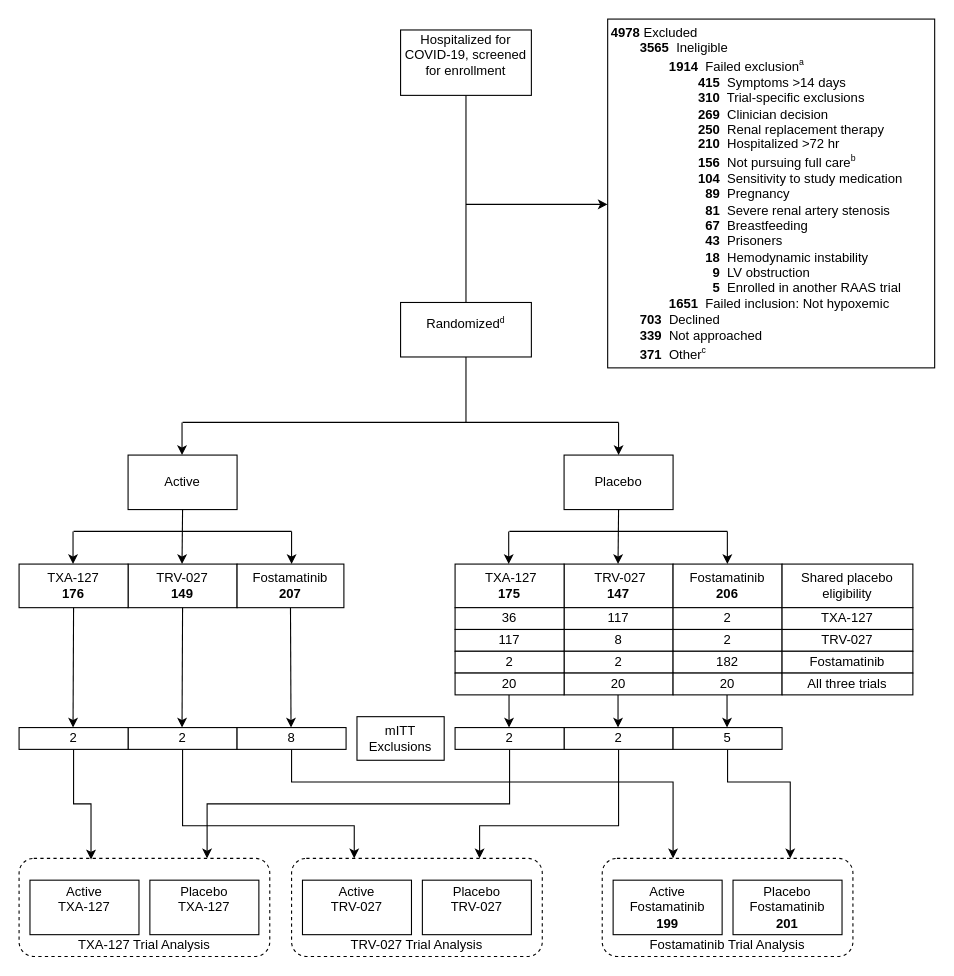
This is Combined A4HT-CONSORT.drawio from jjdeclercq/VUMisC, a draw.io file, before an edit. Source tidied: cells renumbered, new cells numbered last; positions are measured from the earlier drawing's top-left corner, leaving out a move shared by most shapes. Both pictures are drawn from the tidied source at 109%, with x=0, y=0 at pixel (19, 19).
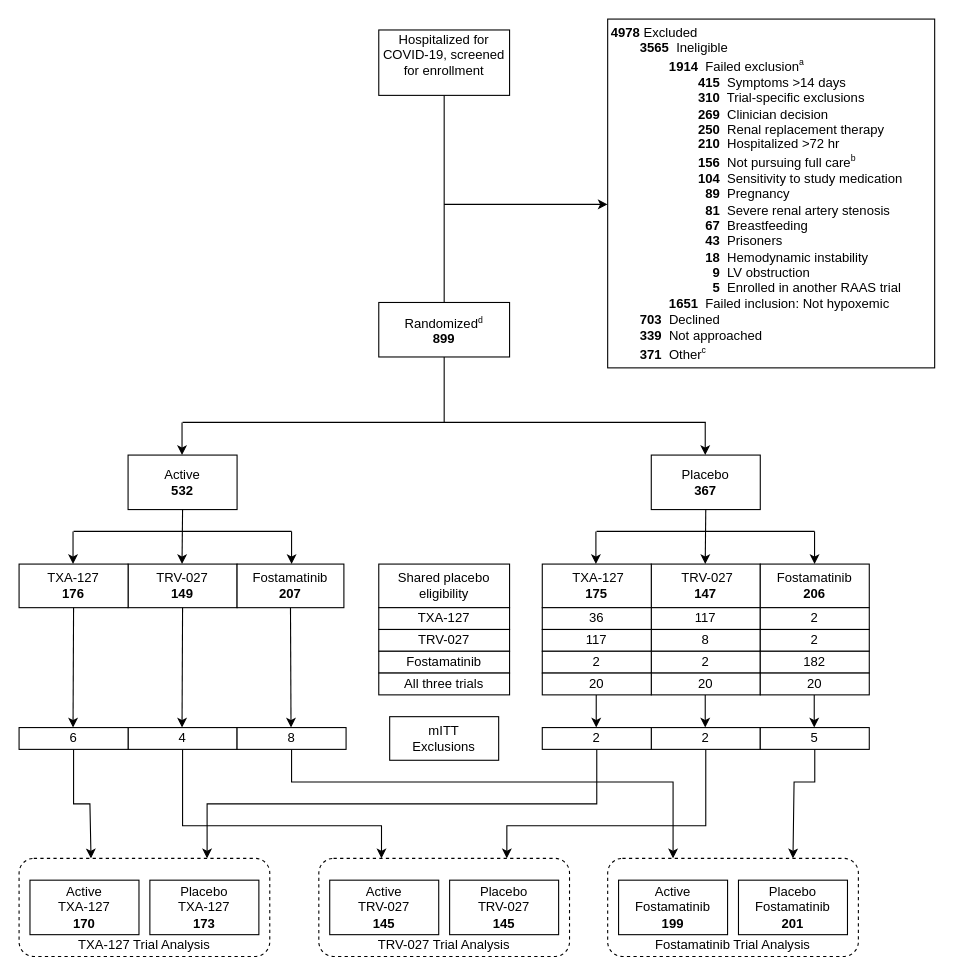
The same page after the edit.

Unchanged cells that the change refers to:
```xml
<mxCell id="16" style="rounded=1;whiteSpace=wrap;html=1;dashed=1;" parent="1" vertex="1">
  <mxGeometry y="770" width="230" height="90" as="geometry" />
</mxCell>
```

The edit, as a diff of the source:
```diff
@@
     <mxCell id="2" value="Hospitalized for COVID-19, screened for enrollment&lt;div&gt;&lt;br/&gt;&lt;/div&gt;" style="rounded=0;whiteSpace=wrap;html=1;" parent="1" vertex="1">
-      <mxGeometry x="350" y="10" width="120" height="60" as="geometry" />
+      <mxGeometry x="330" y="10" width="120" height="60" as="geometry" />
     </mxCell>
@@
-    <mxCell id="5" value="Randomized&lt;sup style=&quot;&quot;&gt;&lt;font style=&quot;font-size: 8px;&quot;&gt;d&lt;/font&gt;&lt;/sup&gt;&lt;div&gt;&lt;br/&gt;&lt;/div&gt;" style="rounded=0;whiteSpace=wrap;html=1;" parent="1" vertex="1">
-      <mxGeometry x="350" y="260" width="120" height="50" as="geometry" />
+    <mxCell id="5" value="Randomized&lt;sup style=&quot;&quot;&gt;&lt;font style=&quot;font-size: 8px;&quot;&gt;d&lt;/font&gt;&lt;/sup&gt;&lt;div&gt;&lt;b&gt;899&lt;/b&gt;&lt;/div&gt;" style="rounded=0;whiteSpace=wrap;html=1;" parent="1" vertex="1">
+      <mxGeometry x="330" y="260" width="120" height="50" as="geometry" />
     </mxCell>
     <mxCell id="6" style="endArrow=none;html=1;rounded=0;entryX=0.5;entryY=1;entryDx=0;entryDy=0;" parent="1" edge="1" target="5">
       <mxGeometry relative="1" as="geometry">
-        <mxPoint x="410" y="370" as="sourcePoint" />
+        <mxPoint x="390" y="370" as="sourcePoint" />
       </mxGeometry>
     </mxCell>
@@
     <mxCell id="9" style="endArrow=classic;html=1;rounded=0;" parent="1" edge="1">
       <mxGeometry relative="1" as="geometry">
-        <mxPoint x="410" y="170" as="sourcePoint" />
+        <mxPoint x="390" y="170" as="sourcePoint" />
         <mxPoint x="540" y="170" as="targetPoint" />
         <Array as="points">
           <mxPoint x="480" y="170" />
           <mxPoint x="520" y="170" />
         </Array>
       </mxGeometry>
     </mxCell>
     <mxCell id="10" value="&amp;nbsp;TRV-027&lt;div&gt;&lt;b&gt;147&lt;/b&gt;&lt;/div&gt;" style="rounded=0;whiteSpace=wrap;html=1;" parent="1" vertex="1">
-      <mxGeometry x="500" y="500" width="100" height="40" as="geometry" />
+      <mxGeometry x="580" y="500" width="100" height="40" as="geometry" />
     </mxCell>
     <mxCell id="11" value="&amp;nbsp;TXA-127&lt;div&gt;&lt;b&gt;175&lt;/b&gt;&lt;/div&gt;" style="rounded=0;whiteSpace=wrap;html=1;" parent="1" vertex="1">
-      <mxGeometry x="400" y="500" width="100" height="40" as="geometry" />
+      <mxGeometry x="480" y="500" width="100" height="40" as="geometry" />
     </mxCell>
     <mxCell id="12" value="Fostamatinib&lt;div&gt;&lt;b&gt;206&lt;/b&gt;&lt;/div&gt;" style="rounded=0;whiteSpace=wrap;html=1;" parent="1" vertex="1">
-      <mxGeometry x="600" y="500" width="100" height="40" as="geometry" />
+      <mxGeometry x="680" y="500" width="100" height="40" as="geometry" />
     </mxCell>
     <mxCell id="13" style="endArrow=none;html=1;rounded=0;" parent="1" edge="1">
       <mxGeometry relative="1" as="geometry">
         <mxPoint x="150" y="370" as="sourcePoint" />
-        <mxPoint x="550" y="370" as="targetPoint" />
+        <mxPoint x="630" y="370" as="targetPoint" />
       </mxGeometry>
     </mxCell>
@@
     <mxCell id="15" style="endArrow=classic;html=1;rounded=0;" parent="1" edge="1">
       <mxGeometry relative="1" as="geometry">
-        <mxPoint x="550" y="370" as="sourcePoint" />
-        <mxPoint x="550" y="400" as="targetPoint" />
+        <mxPoint x="629.5" y="370" as="sourcePoint" />
+        <mxPoint x="629.5" y="400" as="targetPoint" />
       </mxGeometry>
     </mxCell>
@@
-    <mxCell id="17" value="&lt;font style=&quot;font-size: 12px;&quot;&gt;Placebo&lt;/font&gt;&lt;div&gt;&lt;span style=&quot;background-color: initial;&quot;&gt;TXA-127&lt;/span&gt;&lt;div&gt;&lt;font style=&quot;font-size: 12px;&quot;&gt;&lt;br&gt;&lt;/font&gt;&lt;/div&gt;&lt;/div&gt;" style="rounded=0;whiteSpace=wrap;html=1;" parent="1" vertex="1">
+    <mxCell id="17" value="&lt;font style=&quot;font-size: 12px;&quot;&gt;Placebo&lt;/font&gt;&lt;div&gt;&lt;span style=&quot;background-color: initial;&quot;&gt;TXA-127&lt;/span&gt;&lt;div&gt;&lt;font style=&quot;font-size: 12px;&quot;&gt;&lt;b&gt;173&lt;/b&gt;&lt;/font&gt;&lt;/div&gt;&lt;/div&gt;" style="rounded=0;whiteSpace=wrap;html=1;" parent="1" vertex="1">
       <mxGeometry x="120" y="790" width="100" height="50" as="geometry" />
     </mxCell>
@@
-    <mxCell id="19" value="&lt;div style=&quot;&quot;&gt;&lt;span style=&quot;background-color: initial;&quot;&gt;Active&lt;/span&gt;&lt;/div&gt;&lt;div style=&quot;&quot;&gt;&lt;span style=&quot;background-color: initial;&quot;&gt;TXA-127&lt;/span&gt;&lt;/div&gt;&lt;div style=&quot;&quot;&gt;&lt;br&gt;&lt;/div&gt;" style="rounded=0;whiteSpace=wrap;html=1;align=center;" parent="1" vertex="1">
+    <mxCell id="19" value="&lt;div style=&quot;&quot;&gt;&lt;span style=&quot;background-color: initial;&quot;&gt;Active&lt;/span&gt;&lt;/div&gt;&lt;div style=&quot;&quot;&gt;&lt;span style=&quot;background-color: initial;&quot;&gt;TXA-127&lt;/span&gt;&lt;/div&gt;&lt;div style=&quot;&quot;&gt;&lt;b&gt;170&lt;/b&gt;&lt;/div&gt;" style="rounded=0;whiteSpace=wrap;html=1;align=center;" parent="1" vertex="1">
       <mxGeometry x="10" y="790" width="100" height="50" as="geometry" />
     </mxCell>
-    <mxCell id="20" value="&lt;font style=&quot;font-size: 12px;&quot;&gt;Placebo&lt;br&gt;&lt;/font&gt;" style="rounded=0;whiteSpace=wrap;html=1;" parent="1" vertex="1">
-      <mxGeometry x="500" y="400" width="100" height="50" as="geometry" />
+    <mxCell id="20" value="&lt;font style=&quot;font-size: 12px;&quot;&gt;Placebo&lt;br&gt;&lt;/font&gt;&lt;div&gt;&lt;b&gt;367&lt;/b&gt;&lt;/div&gt;" style="rounded=0;whiteSpace=wrap;html=1;" parent="1" vertex="1">
+      <mxGeometry x="580" y="400" width="100" height="50" as="geometry" />
     </mxCell>
@@
     <mxCell id="23" value="117" style="rounded=0;whiteSpace=wrap;html=1;" parent="1" vertex="1">
-      <mxGeometry x="500" y="540" width="100" height="20" as="geometry" />
+      <mxGeometry x="580" y="540" width="100" height="20" as="geometry" />
     </mxCell>
     <mxCell id="24" value="36" style="rounded=0;whiteSpace=wrap;html=1;" parent="1" vertex="1">
-      <mxGeometry x="400" y="540" width="100" height="20" as="geometry" />
+      <mxGeometry x="480" y="540" width="100" height="20" as="geometry" />
     </mxCell>
     <mxCell id="25" value="2" style="rounded=0;whiteSpace=wrap;html=1;" parent="1" vertex="1">
-      <mxGeometry x="600" y="540" width="100" height="20" as="geometry" />
+      <mxGeometry x="680" y="540" width="100" height="20" as="geometry" />
     </mxCell>
     <mxCell id="26" value="8" style="rounded=0;whiteSpace=wrap;html=1;" parent="1" vertex="1">
-      <mxGeometry x="500" y="560" width="100" height="20" as="geometry" />
+      <mxGeometry x="580" y="560" width="100" height="20" as="geometry" />
     </mxCell>
     <mxCell id="27" value="117" style="rounded=0;whiteSpace=wrap;html=1;" parent="1" vertex="1">
-      <mxGeometry x="400" y="560" width="100" height="20" as="geometry" />
+      <mxGeometry x="480" y="560" width="100" height="20" as="geometry" />
     </mxCell>
     <mxCell id="28" value="2" style="rounded=0;whiteSpace=wrap;html=1;" parent="1" vertex="1">
-      <mxGeometry x="600" y="560" width="100" height="20" as="geometry" />
+      <mxGeometry x="680" y="560" width="100" height="20" as="geometry" />
     </mxCell>
     <mxCell id="29" value="2" style="rounded=0;whiteSpace=wrap;html=1;" parent="1" vertex="1">
-      <mxGeometry x="500" y="580" width="100" height="20" as="geometry" />
+      <mxGeometry x="580" y="580" width="100" height="20" as="geometry" />
     </mxCell>
     <mxCell id="30" value="2" style="rounded=0;whiteSpace=wrap;html=1;" parent="1" vertex="1">
-      <mxGeometry x="400" y="580" width="100" height="20" as="geometry" />
+      <mxGeometry x="480" y="580" width="100" height="20" as="geometry" />
     </mxCell>
     <mxCell id="31" value="182" style="rounded=0;whiteSpace=wrap;html=1;" parent="1" vertex="1">
-      <mxGeometry x="600" y="580" width="100" height="20" as="geometry" />
+      <mxGeometry x="680" y="580" width="100" height="20" as="geometry" />
     </mxCell>
     <mxCell id="32" value="20" style="rounded=0;whiteSpace=wrap;html=1;" parent="1" vertex="1">
-      <mxGeometry x="500" y="600" width="100" height="20" as="geometry" />
+      <mxGeometry x="580" y="600" width="100" height="20" as="geometry" />
     </mxCell>
     <mxCell id="33" value="20" style="rounded=0;whiteSpace=wrap;html=1;" parent="1" vertex="1">
-      <mxGeometry x="400" y="600" width="100" height="20" as="geometry" />
+      <mxGeometry x="480" y="600" width="100" height="20" as="geometry" />
     </mxCell>
     <mxCell id="34" value="20" style="rounded=0;whiteSpace=wrap;html=1;" parent="1" vertex="1">
-      <mxGeometry x="600" y="600" width="100" height="20" as="geometry" />
+      <mxGeometry x="680" y="600" width="100" height="20" as="geometry" />
     </mxCell>
     <mxCell id="35" value="mITT&lt;div&gt;Exclusions&lt;/div&gt;" style="rounded=0;whiteSpace=wrap;html=1;" parent="1" vertex="1">
-      <mxGeometry x="310" y="640" width="80" height="40" as="geometry" />
+      <mxGeometry x="340" y="640" width="100" height="40" as="geometry" />
     </mxCell>
@@
     <mxCell id="37" value="2" style="rounded=0;whiteSpace=wrap;html=1;" parent="1" vertex="1">
-      <mxGeometry x="500" y="650" width="100" height="20" as="geometry" />
+      <mxGeometry x="580" y="650" width="100" height="20" as="geometry" />
     </mxCell>
     <mxCell id="38" style="edgeStyle=orthogonalEdgeStyle;rounded=0;jettySize=auto;html=1;entryX=0.75;entryY=0;entryDx=0;entryDy=0;" parent="1" edge="1" source="39" target="16">
       <mxGeometry relative="1" as="geometry">
         <Array as="points">
-          <mxPoint x="450" y="720" />
+          <mxPoint x="530" y="720" />
           <mxPoint x="173" y="720" />
         </Array>
       </mxGeometry>
     </mxCell>
     <mxCell id="39" value="2" style="rounded=0;whiteSpace=wrap;html=1;" parent="1" vertex="1">
-      <mxGeometry x="400" y="650" width="100" height="20" as="geometry" />
+      <mxGeometry x="480" y="650" width="100" height="20" as="geometry" />
     </mxCell>
-    <mxCell id="40" style="edgeStyle=orthogonalEdgeStyle;rounded=0;jettySize=auto;html=1;entryX=0.75;entryY=0;entryDx=0;entryDy=0;" parent="1" edge="1" source="41" target="72">
-      <mxGeometry relative="1" as="geometry">
-        <Array as="points">
-          <mxPoint x="650" y="700" />
-          <mxPoint x="708" y="700" />
-        </Array>
-      </mxGeometry>
-    </mxCell>
     <mxCell id="41" value="5" style="rounded=0;whiteSpace=wrap;html=1;" parent="1" vertex="1">
-      <mxGeometry x="600" y="650" width="100" height="20" as="geometry" />
+      <mxGeometry x="680" y="650" width="100" height="20" as="geometry" />
     </mxCell>
-    <mxCell id="42" value="&lt;font style=&quot;font-size: 12px;&quot;&gt;Active&lt;br&gt;&lt;/font&gt;" style="rounded=0;whiteSpace=wrap;html=1;" parent="1" vertex="1">
+    <mxCell id="42" value="&lt;font style=&quot;font-size: 12px;&quot;&gt;Active&lt;br&gt;&lt;/font&gt;&lt;div&gt;&lt;font style=&quot;font-size: 12px;&quot;&gt;&lt;b&gt;532&lt;/b&gt;&lt;/font&gt;&lt;/div&gt;" style="rounded=0;whiteSpace=wrap;html=1;" parent="1" vertex="1">
       <mxGeometry x="100" y="400" width="100" height="50" as="geometry" />
     </mxCell>
@@
     <mxCell id="50" style="edgeStyle=orthogonalEdgeStyle;rounded=0;jettySize=auto;html=1;entryX=0.25;entryY=0;entryDx=0;entryDy=0;" parent="1" edge="1" source="51" target="68">
       <mxGeometry relative="1" as="geometry">
         <Array as="points">
           <mxPoint x="150" y="740" />
-          <mxPoint x="308" y="740" />
+          <mxPoint x="333" y="740" />
         </Array>
       </mxGeometry>
     </mxCell>
-    <mxCell id="51" value="2" style="rounded=0;whiteSpace=wrap;html=1;" parent="1" vertex="1">
+    <mxCell id="51" value="4" style="rounded=0;whiteSpace=wrap;html=1;" parent="1" vertex="1">
       <mxGeometry x="100" y="650" width="100" height="20" as="geometry" />
     </mxCell>
-    <mxCell id="52" style="edgeStyle=orthogonalEdgeStyle;rounded=0;jettySize=auto;html=1;entryX=0.287;entryY=0.011;entryDx=0;entryDy=0;entryPerimeter=0;" parent="1" edge="1" source="53" target="16">
-      <mxGeometry relative="1" as="geometry" />
+    <mxCell id="52" style="edgeStyle=orthogonalEdgeStyle;rounded=0;jettySize=auto;html=1;entryX=0.287;entryY=0;entryDx=0;entryDy=0;entryPerimeter=0;" parent="1" edge="1" source="53" target="16">
+      <mxGeometry relative="1" as="geometry">
+        <Array as="points">
+          <mxPoint x="50" y="720" />
+          <mxPoint x="65" y="720" />
+        </Array>
+      </mxGeometry>
     </mxCell>
-    <mxCell id="53" value="2" style="rounded=0;whiteSpace=wrap;html=1;" parent="1" vertex="1">
+    <mxCell id="53" value="6" style="rounded=0;whiteSpace=wrap;html=1;" parent="1" vertex="1">
       <mxGeometry y="650" width="100" height="20" as="geometry" />
     </mxCell>
@@
     <mxCell id="56" value="Shared placebo eligibility" style="rounded=0;whiteSpace=wrap;html=1;" parent="1" vertex="1">
-      <mxGeometry x="700" y="500" width="120" height="40" as="geometry" />
+      <mxGeometry x="330" y="500" width="120" height="40" as="geometry" />
     </mxCell>
     <mxCell id="57" value="TXA-127" style="rounded=0;whiteSpace=wrap;html=1;" parent="1" vertex="1">
-      <mxGeometry x="700" y="540" width="120" height="20" as="geometry" />
+      <mxGeometry x="330" y="540" width="120" height="20" as="geometry" />
     </mxCell>
     <mxCell id="58" value="TRV-027" style="rounded=0;whiteSpace=wrap;html=1;" parent="1" vertex="1">
-      <mxGeometry x="700" y="560" width="120" height="20" as="geometry" />
+      <mxGeometry x="330" y="560" width="120" height="20" as="geometry" />
     </mxCell>
     <mxCell id="59" value="Fostamatinib" style="rounded=0;whiteSpace=wrap;html=1;" parent="1" vertex="1">
-      <mxGeometry x="700" y="580" width="120" height="20" as="geometry" />
+      <mxGeometry x="330" y="580" width="120" height="20" as="geometry" />
     </mxCell>
     <mxCell id="60" value="All three trials" style="rounded=0;whiteSpace=wrap;html=1;" parent="1" vertex="1">
-      <mxGeometry x="700" y="600" width="120" height="20" as="geometry" />
+      <mxGeometry x="330" y="600" width="120" height="20" as="geometry" />
     </mxCell>
     <mxCell id="61" style="endArrow=classic;html=1;rounded=0;" parent="1" edge="1">
       <mxGeometry relative="1" as="geometry">
-        <mxPoint x="449.2" y="470" as="sourcePoint" />
-        <mxPoint x="449.2" y="500" as="targetPoint" />
+        <mxPoint x="529.2" y="470" as="sourcePoint" />
+        <mxPoint x="529.2" y="500" as="targetPoint" />
       </mxGeometry>
     </mxCell>
     <mxCell id="62" style="endArrow=classic;html=1;rounded=0;" parent="1" edge="1">
       <mxGeometry relative="1" as="geometry">
-        <mxPoint x="649.8" y="470" as="sourcePoint" />
-        <mxPoint x="649.8" y="500" as="targetPoint" />
+        <mxPoint x="729.8" y="470" as="sourcePoint" />
+        <mxPoint x="729.8" y="500" as="targetPoint" />
       </mxGeometry>
     </mxCell>
     <mxCell id="63" style="endArrow=none;html=1;rounded=0;" parent="1" edge="1">
       <mxGeometry relative="1" as="geometry">
-        <mxPoint x="449.8" y="470" as="sourcePoint" />
-        <mxPoint x="649.8" y="470" as="targetPoint" />
+        <mxPoint x="529.8" y="470" as="sourcePoint" />
+        <mxPoint x="729.8" y="470" as="targetPoint" />
       </mxGeometry>
     </mxCell>
-    <mxCell id="64" style="endArrow=classic;html=1;rounded=0;exitX=0.5;exitY=1;exitDx=0;exitDy=0;" parent="1" edge="1">
-      <mxGeometry relative="1" as="geometry">
-        <mxPoint x="550" y="450" as="sourcePoint" />
-        <mxPoint x="549.5" y="500" as="targetPoint" />
-      </mxGeometry>
-    </mxCell>
     <mxCell id="65" style="endArrow=classic;html=1;rounded=0;" parent="1" edge="1">
       <mxGeometry relative="1" as="geometry">
-        <mxPoint x="449.5" y="620" as="sourcePoint" />
-        <mxPoint x="449.5" y="650" as="targetPoint" />
+        <mxPoint x="529.5" y="620" as="sourcePoint" />
+        <mxPoint x="529.5" y="650" as="targetPoint" />
       </mxGeometry>
     </mxCell>
     <mxCell id="66" style="endArrow=classic;html=1;rounded=0;" parent="1" edge="1">
       <mxGeometry relative="1" as="geometry">
-        <mxPoint x="549.5" y="620" as="sourcePoint" />
-        <mxPoint x="549.5" y="650" as="targetPoint" />
+        <mxPoint x="629.5" y="620" as="sourcePoint" />
+        <mxPoint x="629.5" y="650" as="targetPoint" />
       </mxGeometry>
     </mxCell>
     <mxCell id="67" style="endArrow=classic;html=1;rounded=0;" parent="1" edge="1">
       <mxGeometry relative="1" as="geometry">
-        <mxPoint x="649.5" y="620" as="sourcePoint" />
-        <mxPoint x="649.5" y="650" as="targetPoint" />
+        <mxPoint x="729.5" y="620" as="sourcePoint" />
+        <mxPoint x="729.5" y="650" as="targetPoint" />
       </mxGeometry>
     </mxCell>
     <mxCell id="68" style="rounded=1;whiteSpace=wrap;html=1;dashed=1;" parent="1" vertex="1">
-      <mxGeometry x="250" y="770" width="230" height="90" as="geometry" />
+      <mxGeometry x="275" y="770" width="230" height="90" as="geometry" />
     </mxCell>
-    <mxCell id="69" value="&lt;font style=&quot;font-size: 12px;&quot;&gt;Placebo&lt;/font&gt;&lt;div&gt;&lt;font style=&quot;font-size: 12px;&quot;&gt;TRV-027&lt;br&gt;&lt;br&gt;&lt;/font&gt;&lt;/div&gt;" style="rounded=0;whiteSpace=wrap;html=1;" parent="1" vertex="1">
-      <mxGeometry x="370" y="790" width="100" height="50" as="geometry" />
+    <mxCell id="69" value="&lt;font style=&quot;font-size: 12px;&quot;&gt;Placebo&lt;/font&gt;&lt;div&gt;&lt;font style=&quot;font-size: 12px;&quot;&gt;TRV-027&lt;br&gt;&lt;b&gt;145&lt;/b&gt;&lt;/font&gt;&lt;/div&gt;" style="rounded=0;whiteSpace=wrap;html=1;" parent="1" vertex="1">
+      <mxGeometry x="395" y="790" width="100" height="50" as="geometry" />
     </mxCell>
     <mxCell id="70" value="TRV-027&lt;span style=&quot;background-color: initial;&quot;&gt;&amp;nbsp;Trial Analysis&lt;/span&gt;" style="text;html=1;strokeColor=none;fillColor=none;align=center;verticalAlign=middle;whiteSpace=wrap;rounded=0;dashed=1;" parent="1" vertex="1">
-      <mxGeometry x="290" y="840" width="150" height="20" as="geometry" />
+      <mxGeometry x="315" y="840" width="150" height="20" as="geometry" />
     </mxCell>
-    <mxCell id="71" value="&lt;div style=&quot;&quot;&gt;&lt;span style=&quot;background-color: initial;&quot;&gt;Active&lt;/span&gt;&lt;/div&gt;&lt;div style=&quot;&quot;&gt;&lt;span style=&quot;background-color: initial;&quot;&gt;TRV-027&lt;/span&gt;&lt;/div&gt;&lt;div style=&quot;&quot;&gt;&lt;br&gt;&lt;/div&gt;" style="rounded=0;whiteSpace=wrap;html=1;align=center;" parent="1" vertex="1">
-      <mxGeometry x="260" y="790" width="100" height="50" as="geometry" />
+    <mxCell id="71" value="&lt;div style=&quot;&quot;&gt;&lt;span style=&quot;background-color: initial;&quot;&gt;Active&lt;/span&gt;&lt;/div&gt;&lt;div style=&quot;&quot;&gt;&lt;span style=&quot;background-color: initial;&quot;&gt;TRV-027&lt;/span&gt;&lt;/div&gt;&lt;div style=&quot;&quot;&gt;&lt;b&gt;145&lt;/b&gt;&lt;/div&gt;" style="rounded=0;whiteSpace=wrap;html=1;align=center;" parent="1" vertex="1">
+      <mxGeometry x="285" y="790" width="100" height="50" as="geometry" />
     </mxCell>
     <mxCell id="72" style="rounded=1;whiteSpace=wrap;html=1;dashed=1;" parent="1" vertex="1">
-      <mxGeometry x="535" y="770" width="230" height="90" as="geometry" />
+      <mxGeometry x="540" y="770" width="230" height="90" as="geometry" />
     </mxCell>
     <mxCell id="73" value="&lt;font style=&quot;font-size: 12px;&quot;&gt;Placebo Fostamatinib&lt;br&gt;&lt;b&gt;201&lt;/b&gt;&lt;br&gt;&lt;/font&gt;" style="rounded=0;whiteSpace=wrap;html=1;" parent="1" vertex="1">
-      <mxGeometry x="655" y="790" width="100" height="50" as="geometry" />
+      <mxGeometry x="660" y="790" width="100" height="50" as="geometry" />
     </mxCell>
     <mxCell id="74" value="Fostamatinib Trial Analysis" style="text;html=1;strokeColor=none;fillColor=none;align=center;verticalAlign=middle;whiteSpace=wrap;rounded=0;dashed=1;" parent="1" vertex="1">
-      <mxGeometry x="575" y="840" width="150" height="20" as="geometry" />
+      <mxGeometry x="580" y="840" width="150" height="20" as="geometry" />
     </mxCell>
     <mxCell id="75" value="&lt;div style=&quot;&quot;&gt;&lt;span style=&quot;background-color: initial;&quot;&gt;Active Fostamatinib&lt;/span&gt;&lt;/div&gt;&lt;div style=&quot;&quot;&gt;&lt;b&gt;199&lt;/b&gt;&lt;/div&gt;" style="rounded=0;whiteSpace=wrap;html=1;align=center;" parent="1" vertex="1">
-      <mxGeometry x="545" y="790" width="100" height="50" as="geometry" />
+      <mxGeometry x="550" y="790" width="100" height="50" as="geometry" />
     </mxCell>
+    <mxCell id="76" style="endArrow=classic;html=1;rounded=0;exitX=0.5;exitY=1;exitDx=0;exitDy=0;" parent="1" edge="1" source="20">
+      <mxGeometry relative="1" as="geometry">
+        <mxPoint x="629.5" y="500" as="targetPoint" />
+      </mxGeometry>
+    </mxCell>
+    <mxCell id="77" style="edgeStyle=orthogonalEdgeStyle;rounded=0;jettySize=auto;html=1;" parent="1" edge="1" source="41">
+      <mxGeometry relative="1" as="geometry">
+        <mxPoint x="710" y="770" as="targetPoint" />
+        <Array as="points">
+          <mxPoint x="730" y="700" />
+          <mxPoint x="711" y="700" />
+        </Array>
+      </mxGeometry>
+    </mxCell>
```
